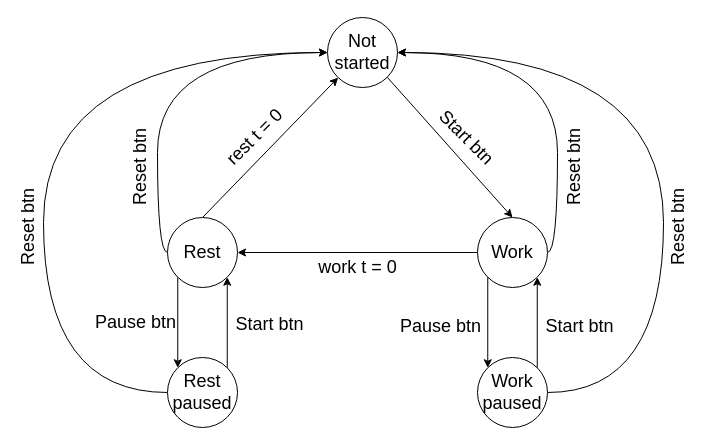
This is docs/state-machine.dio from austinbooth/pomodoro, a draw.io file, before an edit. Source tidied: cells renumbered, new cells numbered last; positions are measured from the earlier drawing's top-left corner, leaving out a move shared by most shapes. Both pictures are drawn from the tidied source at 100%, with x=0, y=0 at pixel (-17, 17).
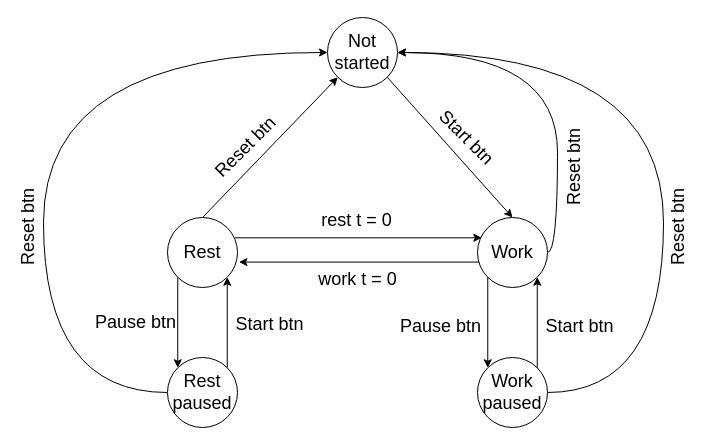
The same page after the edit.

Commit message:
adds state machine diagram

Unchanged cells that the change refers to:
```xml
<mxCell id="3" value="&lt;font style=&quot;font-size: 18px&quot;&gt;Not started&lt;/font&gt;" style="ellipse;whiteSpace=wrap;html=1;" parent="1" vertex="1">
  <mxGeometry x="344" width="70" height="70" as="geometry" />
</mxCell>
<mxCell id="6" value="&lt;span style=&quot;font-size: 18px&quot;&gt;Work&lt;/span&gt;" style="ellipse;whiteSpace=wrap;html=1;" parent="1" vertex="1">
  <mxGeometry x="494" y="200" width="70" height="70" as="geometry" />
</mxCell>
<mxCell id="10" value="&lt;span style=&quot;font-size: 18px&quot;&gt;Rest&lt;/span&gt;" style="ellipse;whiteSpace=wrap;html=1;" parent="1" vertex="1">
  <mxGeometry x="184" y="200" width="70" height="70" as="geometry" />
</mxCell>
```

What changed in the source:
```diff
@@
-    <mxCell id="4" style="edgeStyle=none;html=1;exitX=0;exitY=0.5;exitDx=0;exitDy=0;entryX=1;entryY=0.5;entryDx=0;entryDy=0;" parent="1" edge="1" source="6" target="10">
+    <mxCell id="4" style="edgeStyle=none;html=1;exitX=0.021;exitY=0.637;exitDx=0;exitDy=0;exitPerimeter=0;entryX=1.021;entryY=0.637;entryDx=0;entryDy=0;entryPerimeter=0;" parent="1" edge="1" source="6" target="10">
       <mxGeometry relative="1" as="geometry" />
     </mxCell>
@@
-    <mxCell id="7" style="edgeStyle=none;html=1;exitX=0.5;exitY=0;exitDx=0;exitDy=0;" parent="1" edge="1" source="10" target="3">
+    <mxCell id="7" style="edgeStyle=none;html=1;entryX=0.062;entryY=0.29;entryDx=0;entryDy=0;entryPerimeter=0;exitX=0.96;exitY=0.29;exitDx=0;exitDy=0;exitPerimeter=0;" parent="1" edge="1" source="10" target="6">
       <mxGeometry relative="1" as="geometry" />
     </mxCell>
@@
-    <mxCell id="9" style="edgeStyle=orthogonalEdgeStyle;curved=1;html=1;exitX=0;exitY=0.5;exitDx=0;exitDy=0;entryX=0;entryY=0.5;entryDx=0;entryDy=0;" parent="1" edge="1" source="10" target="3">
+    <mxCell id="9" style="edgeStyle=none;html=1;exitX=0.5;exitY=0;exitDx=0;exitDy=0;entryX=0;entryY=1;entryDx=0;entryDy=0;" parent="1" edge="1" source="10" target="3">
       <mxGeometry relative="1" as="geometry" />
     </mxCell>
@@
     <mxCell id="12" value="&lt;font style=&quot;font-size: 18px&quot;&gt;work t = 0&lt;/font&gt;" style="text;html=1;align=center;verticalAlign=middle;fillColor=none;strokeColor=none;rounded=0;" parent="1" vertex="1">
-      <mxGeometry x="329" y="240" width="90" height="20" as="geometry" />
+      <mxGeometry x="328.5" y="252" width="90" height="20" as="geometry" />
     </mxCell>
@@
-    <mxCell id="16" value="&lt;font style=&quot;font-size: 18px&quot;&gt;rest t = 0&lt;/font&gt;" style="text;html=1;align=center;verticalAlign=middle;fillColor=none;strokeColor=none;rounded=0;rotation=-45;" parent="1" vertex="1">
-      <mxGeometry x="226" y="110" width="90" height="20" as="geometry" />
+    <mxCell id="16" value="&lt;font style=&quot;font-size: 18px&quot;&gt;rest t = 0&lt;/font&gt;" style="text;html=1;align=center;verticalAlign=middle;fillColor=none;strokeColor=none;rounded=0;rotation=0;" parent="1" vertex="1">
+      <mxGeometry x="328" y="193" width="90" height="20" as="geometry" />
     </mxCell>
@@
-    <mxCell id="25" value="&lt;font style=&quot;font-size: 18px&quot;&gt;Reset btn&lt;/font&gt;" style="text;html=1;align=center;verticalAlign=middle;fillColor=none;strokeColor=none;rounded=0;rotation=-90;" parent="1" vertex="1">
-      <mxGeometry x="112" y="140" width="90" height="20" as="geometry" />
+    <mxCell id="25" value="&lt;font style=&quot;font-size: 18px&quot;&gt;Reset btn&lt;/font&gt;" style="text;html=1;align=center;verticalAlign=middle;fillColor=none;strokeColor=none;rounded=0;rotation=-45;" parent="1" vertex="1">
+      <mxGeometry x="217" y="120" width="90" height="20" as="geometry" />
     </mxCell>
```
